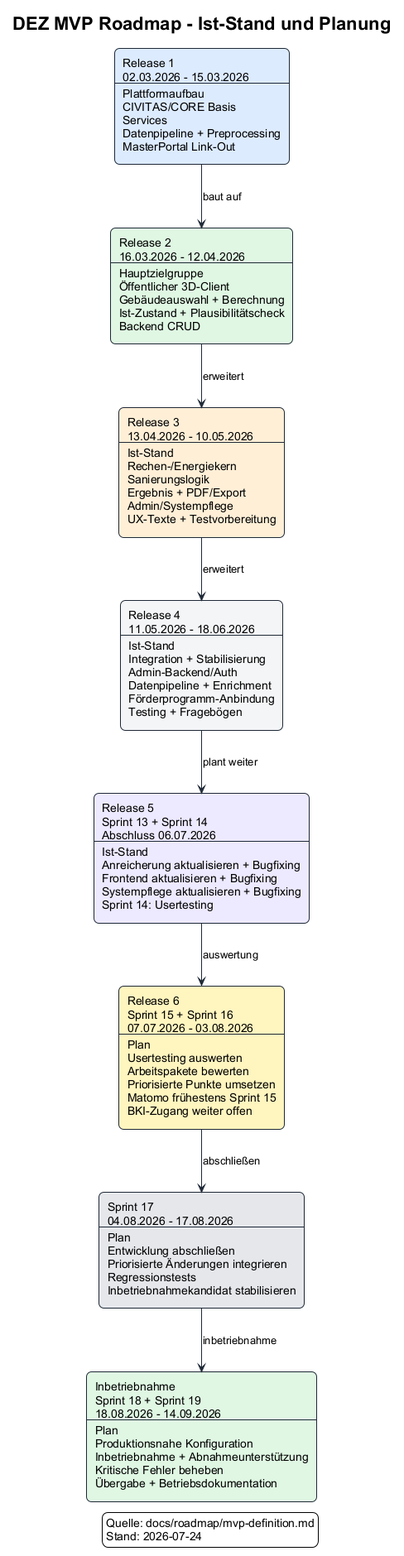
Before: docs/roadmap/attachments/mvp-roadmap.png, a diagram exported from PlantUML (csi-FOXBYTE/Regensburg_DigitalerEnergieZwilling_Backend).
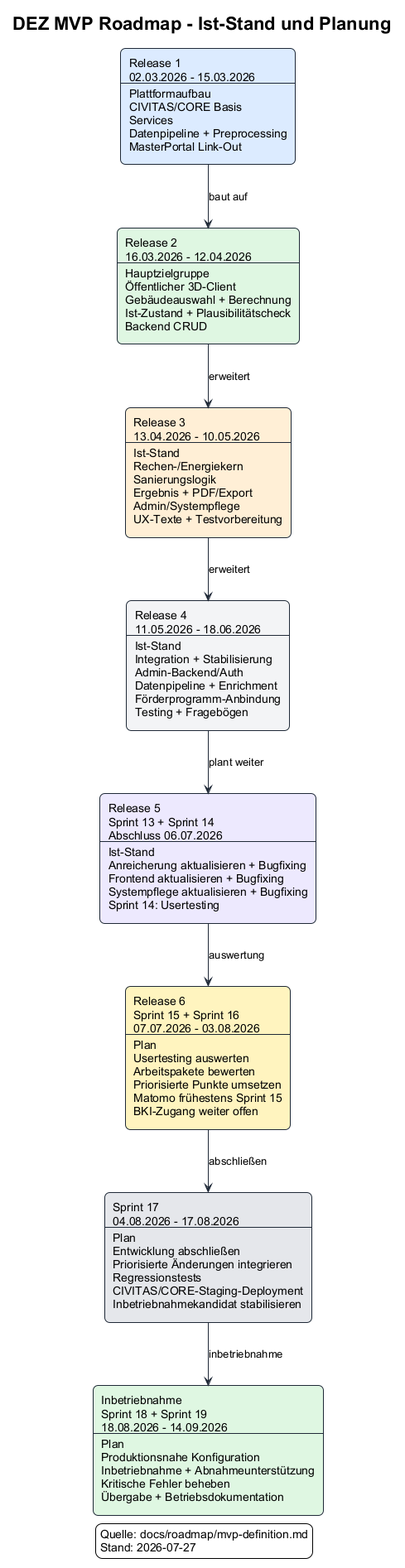
After the commit.

Commit message:
docs: update sprint 17 info

The edit, as a diff of the source:
```diff
@@ -24,7 +24,7 @@
 
 rectangle "Release 6%n()Sprint 15 + Sprint 16%n()07.07.2026 - 03.08.2026%n()---%n()Plan%n()Usertesting auswerten%n()Arbeitspakete bewerten%n()Priorisierte Punkte umsetzen%n()Matomo frühestens Sprint 15%n()BKI-Zugang weiter offen" as R6 #FFF4BF
 
-rectangle "Sprint 17%n()04.08.2026 - 17.08.2026%n()---%n()Plan%n()Entwicklung abschließen%n()Priorisierte Änderungen integrieren%n()Regressionstests%n()Inbetriebnahmekandidat stabilisieren" as S17 #E5E7EB
+rectangle "Sprint 17%n()04.08.2026 - 17.08.2026%n()---%n()Plan%n()Entwicklung abschließen%n()Priorisierte Änderungen integrieren%n()Regressionstests%n()CIVITAS/CORE-Staging-Deployment%n()Inbetriebnahmekandidat stabilisieren" as S17 #E5E7EB
 
 rectangle "Inbetriebnahme%n()Sprint 18 + Sprint 19%n()18.08.2026 - 14.09.2026%n()---%n()Plan%n()Produktionsnahe Konfiguration%n()Inbetriebnahme + Abnahmeunterstützung%n()Kritische Fehler beheben%n()Übergabe + Betriebsdokumentation" as IB #DFF7E2
 
@@ -38,7 +38,7 @@
 
 legend right
   Quelle: docs/roadmap/mvp-definition.md
-  Stand: 2026-07-24
+  Stand: 2026-07-27
 endlegend
 
 @enduml
```
